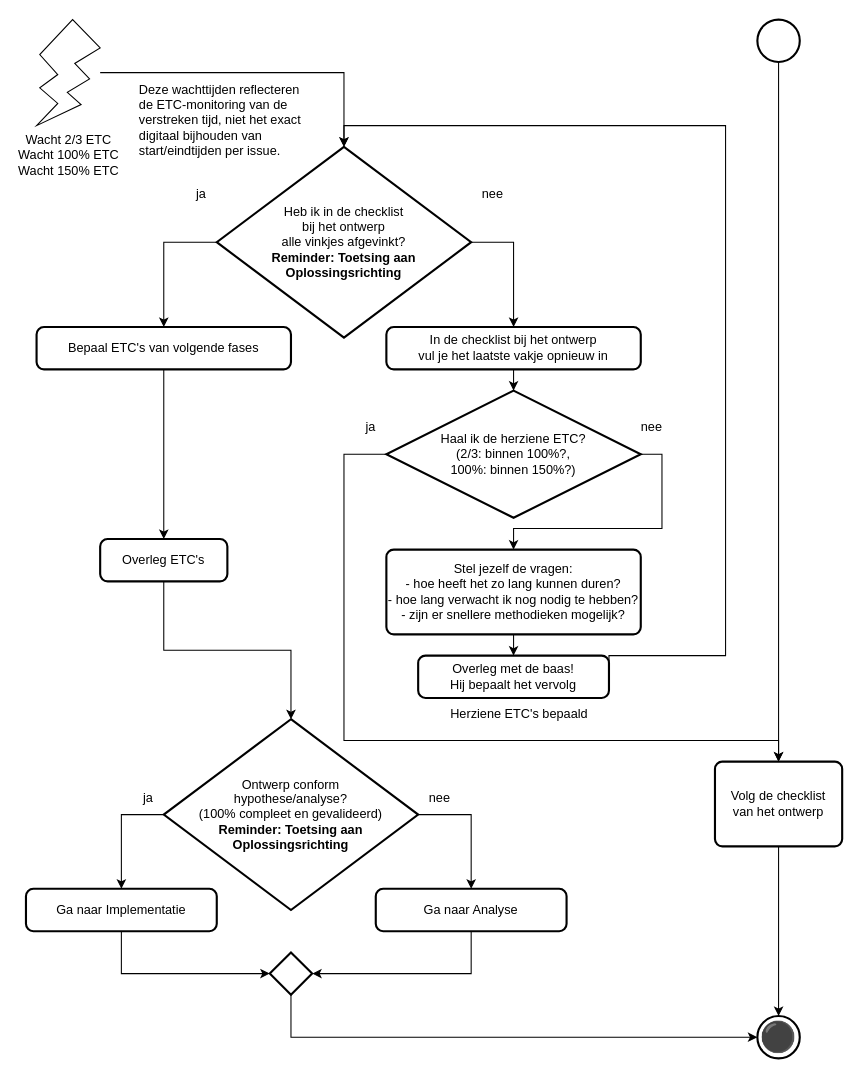
Earlier version of the draw.io diagram 3 Issue Tracker ontwerp.drawio (Zaibatsu89/IssueTracker). Source tidied: cells renumbered, new cells numbered last; positions are measured from the earlier drawing's top-left corner, leaving out a move shared by most shapes. Both pictures are drawn from the tidied source at 106%, with x=0, y=0 at pixel (25, 19).
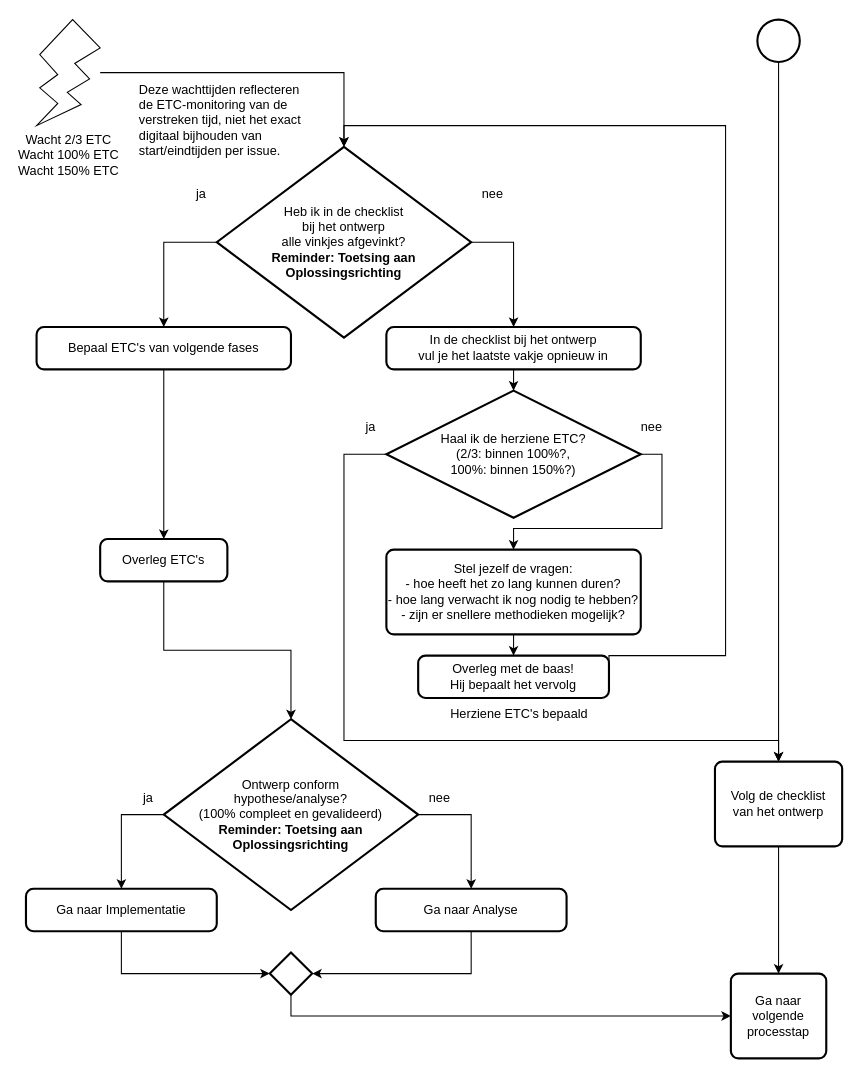
The same diagram, later.

Commit message (it also covers changes not shown here):
Vervang zwarte bolletje door "Ga naar volgende processtap" in flowcharts

Unchanged cells that the change refers to:
```xml
<mxCell id="4" value="Volg de checklist&lt;br&gt;van het ontwerp" style="rounded=1;whiteSpace=wrap;html=1;absoluteArcSize=1;arcSize=14;strokeWidth=2;" parent="1" vertex="1">
  <mxGeometry x="650" y="700" width="120" height="80" as="geometry" />
</mxCell>
<mxCell id="27" style="strokeWidth=2;html=1;shape=mxgraph.flowchart.decision;whiteSpace=wrap;" parent="1" vertex="1">
  <mxGeometry x="230" y="880" width="40" height="40" as="geometry" />
</mxCell>
```

What changed in the source:
```diff
@@
-    <mxCell id="16" value="⚫" style="strokeWidth=2;html=1;shape=mxgraph.flowchart.start_2;whiteSpace=wrap;fontSize=28;" parent="1" vertex="1">
-      <mxGeometry x="690" y="940" width="40" height="40" as="geometry" />
-    </mxCell>
@@
-    <mxCell id="30" style="edgeStyle=orthogonalEdgeStyle;rounded=0;jettySize=auto;html=1;exitX=0.5;exitY=1;exitDx=0;exitDy=0;exitPerimeter=0;entryX=0;entryY=0.5;entryDx=0;entryDy=0;entryPerimeter=0;" parent="1" edge="1" source="27" target="16">
+    <mxCell id="30" style="edgeStyle=orthogonalEdgeStyle;rounded=0;jettySize=auto;html=1;exitX=0.5;exitY=1;exitDx=0;exitDy=0;exitPerimeter=0;entryX=0;entryY=0.5;entryDx=0;entryDy=0;" parent="1" edge="1" source="27" target="42">
       <mxGeometry relative="1" as="geometry" />
     </mxCell>
-    <mxCell id="31" style="edgeStyle=orthogonalEdgeStyle;rounded=0;jettySize=auto;html=1;entryX=0.5;entryY=0;entryDx=0;entryDy=0;entryPerimeter=0;exitX=0.5;exitY=1;exitDx=0;exitDy=0;" parent="1" edge="1" source="4" target="16">
+    <mxCell id="31" style="edgeStyle=orthogonalEdgeStyle;rounded=0;jettySize=auto;html=1;entryX=0.5;entryY=0;entryDx=0;entryDy=0;exitX=0.5;exitY=1;exitDx=0;exitDy=0;" parent="1" edge="1" source="4" target="42">
       <mxGeometry relative="1" as="geometry" />
     </mxCell>
@@
+    <mxCell id="42" value="Ga naar&lt;br&gt;volgende&lt;br&gt;processtap" style="rounded=1;whiteSpace=wrap;html=1;absoluteArcSize=1;arcSize=14;strokeWidth=2;" parent="1" vertex="1">
+      <mxGeometry x="665" y="900" width="90" height="80" as="geometry" />
+    </mxCell>
```
